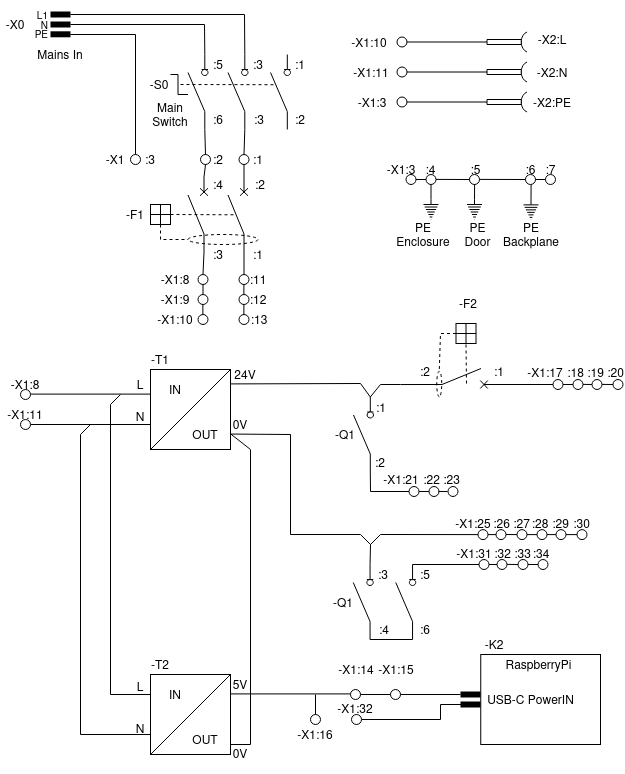
Above: Electronics/electronic cabinet/schematics/PowerSupply.png in jupfi/cosi-measure (draw.io), before the change. Source tidied: cells renumbered, new cells last; positions are measured from the earlier drawing's top-left corner, leaving out a move shared by most shapes.
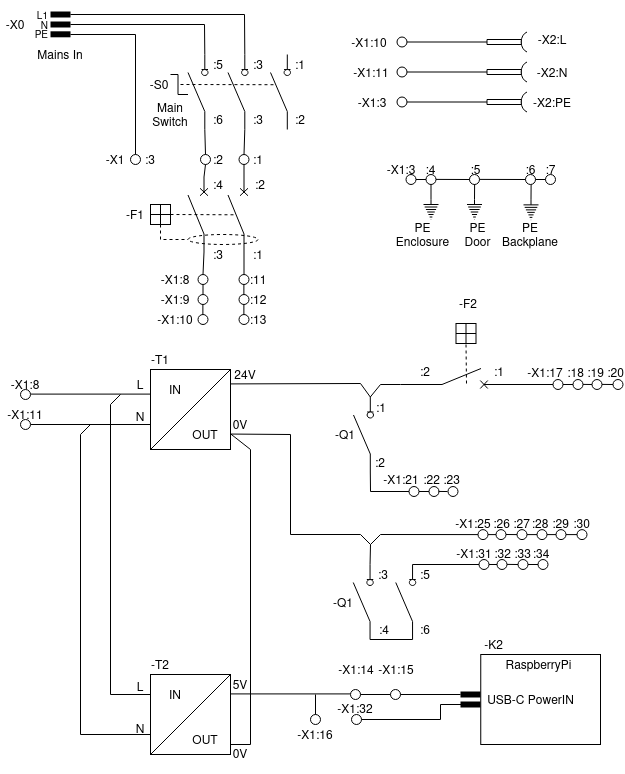
Later version of the same file.

Change to the diagram source:
```diff
@@ -799,9 +799,6 @@
     <mxCell id="220" style="verticalLabelPosition=bottom;shadow=0;dashed=0;align=center;html=1;verticalAlign=top;shape=mxgraph.electrical.electro-mechanical.circuitBreaker2;elSwitchState=off;rotation=0;" parent="1" vertex="1">
       <mxGeometry x="423.5" y="364" width="75" height="20" as="geometry" />
     </mxCell>
-    <mxCell id="221" style="ellipse;whiteSpace=wrap;html=1;fillColor=none;dashed=1;rotation=90;" parent="1" vertex="1">
-      <mxGeometry x="426" y="377" width="25.5" height="5" as="geometry" />
-    </mxCell>
     <mxCell id="222" style="rounded=0;whiteSpace=wrap;html=1;fillColor=none;" parent="1" vertex="1">
       <mxGeometry x="455.5" y="319" width="20" height="20" as="geometry" />
     </mxCell>
@@ -816,13 +813,6 @@
         <mxPoint x="466" y="379" as="sourcePoint" />
       </mxGeometry>
     </mxCell>
-    <mxCell id="226" style="endArrow=none;dashed=1;html=1;rounded=0;entryX=0;entryY=0.5;entryDx=0;entryDy=0;exitX=0;exitY=0.5;exitDx=0;exitDy=0;" parent="1" edge="1" source="222" target="221">
-      <mxGeometry relative="1" as="geometry">
-        <Array as="points">
-          <mxPoint x="440" y="329" />
-        </Array>
-      </mxGeometry>
-    </mxCell>
     <mxCell id="227" value="-F2" style="text;html=1;strokeColor=none;fillColor=none;align=center;verticalAlign=middle;whiteSpace=wrap;rounded=0;" parent="1" vertex="1">
       <mxGeometry x="452.5" y="289" width="30" height="20" as="geometry" />
     </mxCell>
```
